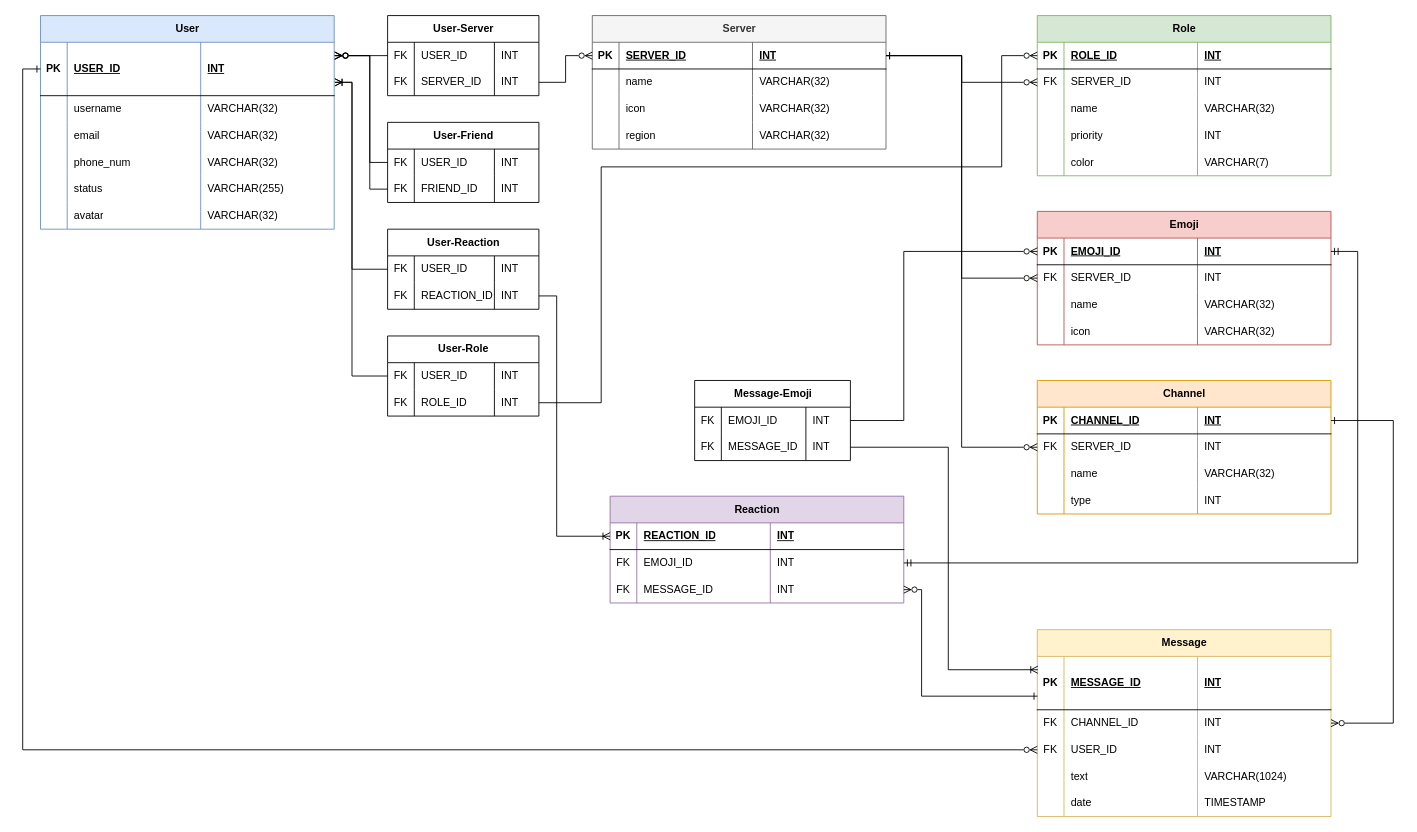
The draw.io diagram diagrams/Discord Relational Schema.drawio in Mruzik1/Database-Application, before the edit. Source tidied: cells renumbered, new cells numbered last; positions are measured from the earlier drawing's top-left corner, leaving out a move shared by most shapes. Both pictures are drawn from the tidied source at 89%, with x=0, y=0 at pixel (22, 15).
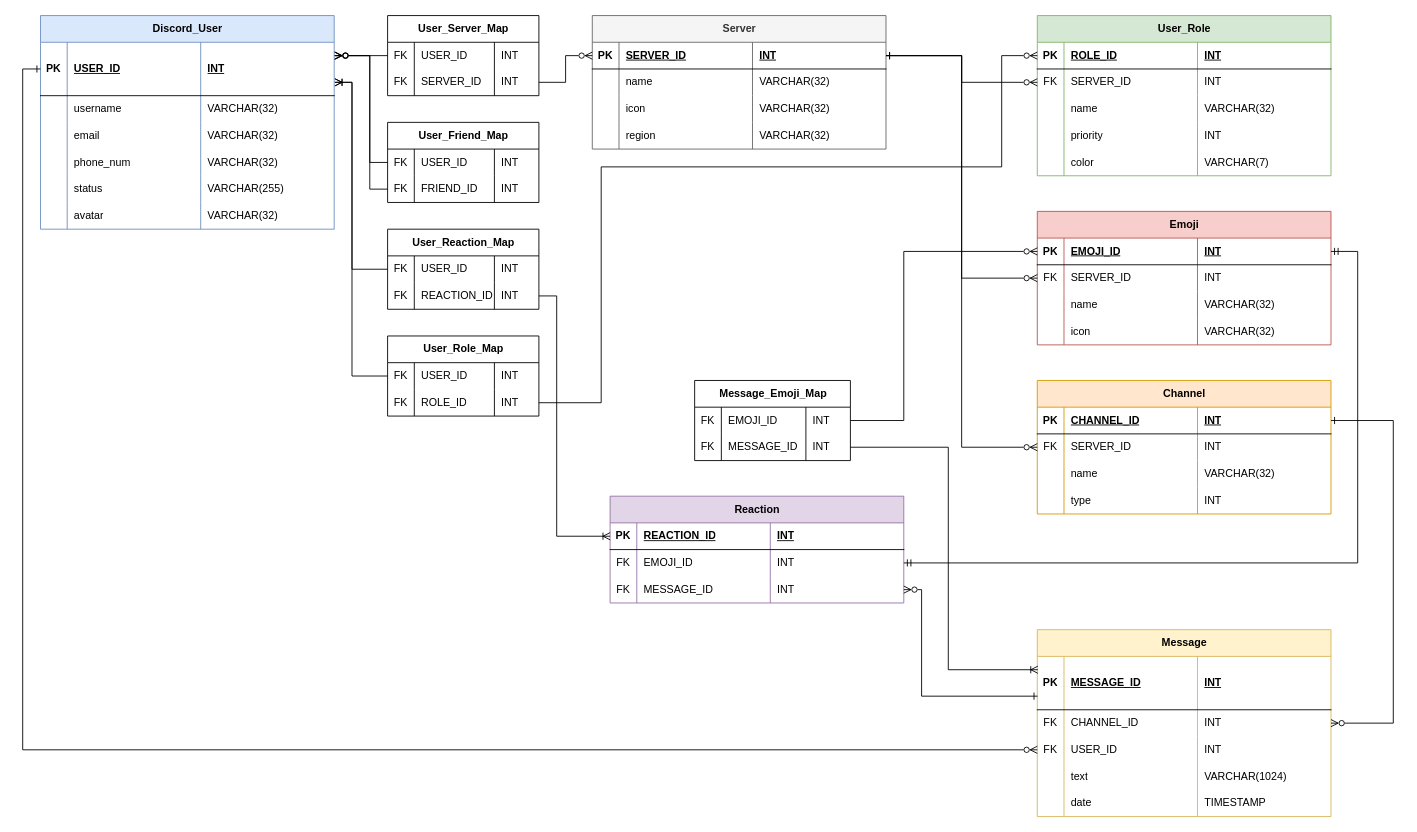
After the change.

What changed in the source:
```diff
@@
-    <mxCell id="19" value="User" style="shape=table;startSize=30;childLayout=tableLayout;rowLines=0;fontStyle=1;align=center;html=1;fillColor=#dae8fc;strokeColor=#6c8ebf;" parent="1" vertex="1">
+    <mxCell id="19" value="Discord_User" style="shape=table;startSize=30;childLayout=tableLayout;rowLines=0;fontStyle=1;align=center;html=1;fillColor=#dae8fc;strokeColor=#6c8ebf;" parent="1" vertex="1">
       <mxGeometry x="20" width="330" height="240" as="geometry" />
     </mxCell>
@@
-    <mxCell id="112" value="Role" style="shape=table;startSize=30;childLayout=tableLayout;rowLines=0;fontStyle=1;align=center;html=1;fillColor=#d5e8d4;strokeColor=#82b366;" parent="1" vertex="1">
+    <mxCell id="112" value="User_Role" style="shape=table;startSize=30;childLayout=tableLayout;rowLines=0;fontStyle=1;align=center;html=1;fillColor=#d5e8d4;strokeColor=#82b366;" parent="1" vertex="1">
       <mxGeometry x="1140" width="330" height="180" as="geometry" />
     </mxCell>
@@
-    <mxCell id="136" value="User-Server" style="shape=table;startSize=30;childLayout=tableLayout;rowLines=0;fontStyle=1;align=center;html=1;" parent="1" vertex="1">
+    <mxCell id="136" value="User_Server_Map" style="shape=table;startSize=30;childLayout=tableLayout;rowLines=0;fontStyle=1;align=center;html=1;" parent="1" vertex="1">
       <mxGeometry x="410" width="170" height="90" as="geometry" />
     </mxCell>
@@
-    <mxCell id="148" value="User-Role" style="shape=table;startSize=30;childLayout=tableLayout;rowLines=0;fontStyle=1;align=center;html=1;" parent="1" vertex="1">
+    <mxCell id="148" value="User_Role_Map" style="shape=table;startSize=30;childLayout=tableLayout;rowLines=0;fontStyle=1;align=center;html=1;" parent="1" vertex="1">
       <mxGeometry x="410" y="360" width="170" height="90" as="geometry" />
     </mxCell>
@@
-    <mxCell id="159" value="User-Friend" style="shape=table;startSize=30;childLayout=tableLayout;rowLines=0;fontStyle=1;align=center;html=1;" parent="1" vertex="1">
+    <mxCell id="159" value="User_Friend_Map" style="shape=table;startSize=30;childLayout=tableLayout;rowLines=0;fontStyle=1;align=center;html=1;" parent="1" vertex="1">
       <mxGeometry x="410" y="120" width="170" height="90" as="geometry" />
     </mxCell>
@@
-    <mxCell id="170" value="User-Reaction" style="shape=table;startSize=30;childLayout=tableLayout;rowLines=0;fontStyle=1;align=center;html=1;" parent="1" vertex="1">
+    <mxCell id="170" value="User_Reaction_Map" style="shape=table;startSize=30;childLayout=tableLayout;rowLines=0;fontStyle=1;align=center;html=1;" parent="1" vertex="1">
       <mxGeometry x="410" y="240" width="170" height="90" as="geometry" />
     </mxCell>
@@
-    <mxCell id="185" value="Message-Emoji" style="shape=table;startSize=30;childLayout=tableLayout;rowLines=0;fontStyle=1;align=center;html=1;" parent="1" vertex="1">
+    <mxCell id="185" value="Message_Emoji_Map" style="shape=table;startSize=30;childLayout=tableLayout;rowLines=0;fontStyle=1;align=center;html=1;" parent="1" vertex="1">
       <mxGeometry x="755" y="410" width="175" height="90" as="geometry" />
     </mxCell>
```
